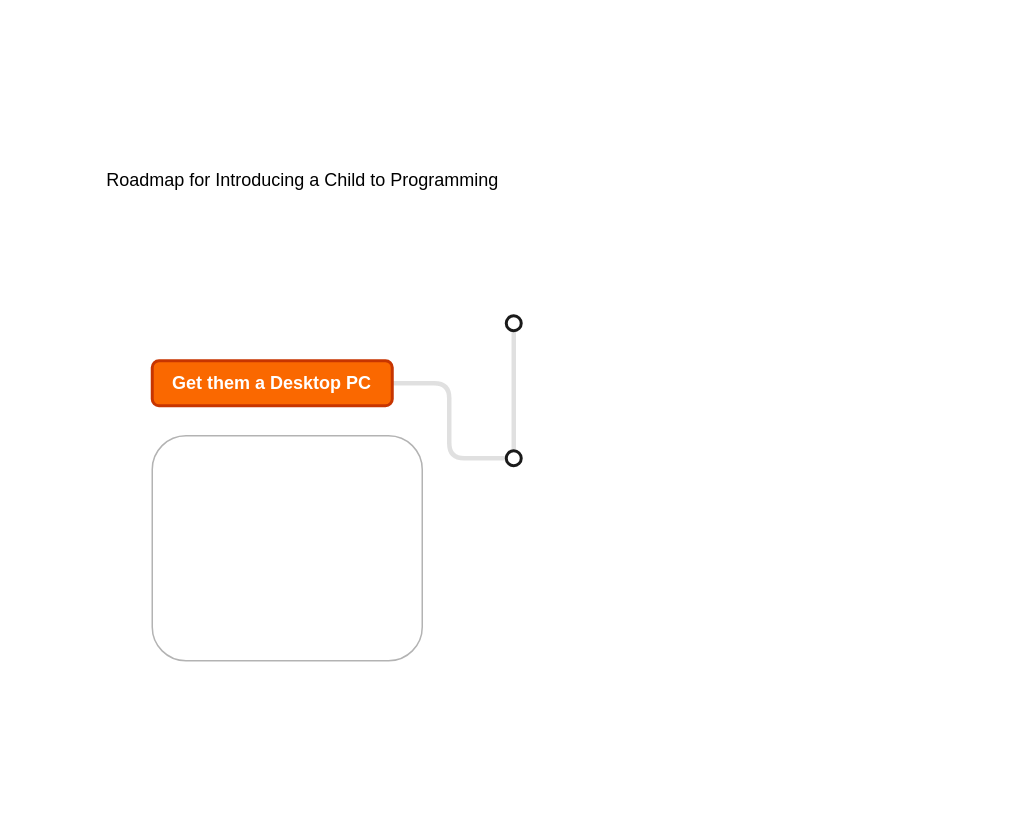
Before: assets/documents/pages/Untitled Diagram.drawio in stonecharioteer/blog, a draw.io diagram. Source tidied: cells renumbered, new cells numbered last; positions are measured from the earlier drawing's top-left corner, leaving out a move shared by most shapes. Both pictures are drawn from the tidied source at 150%, with x=0, y=0 at pixel (92, 165).
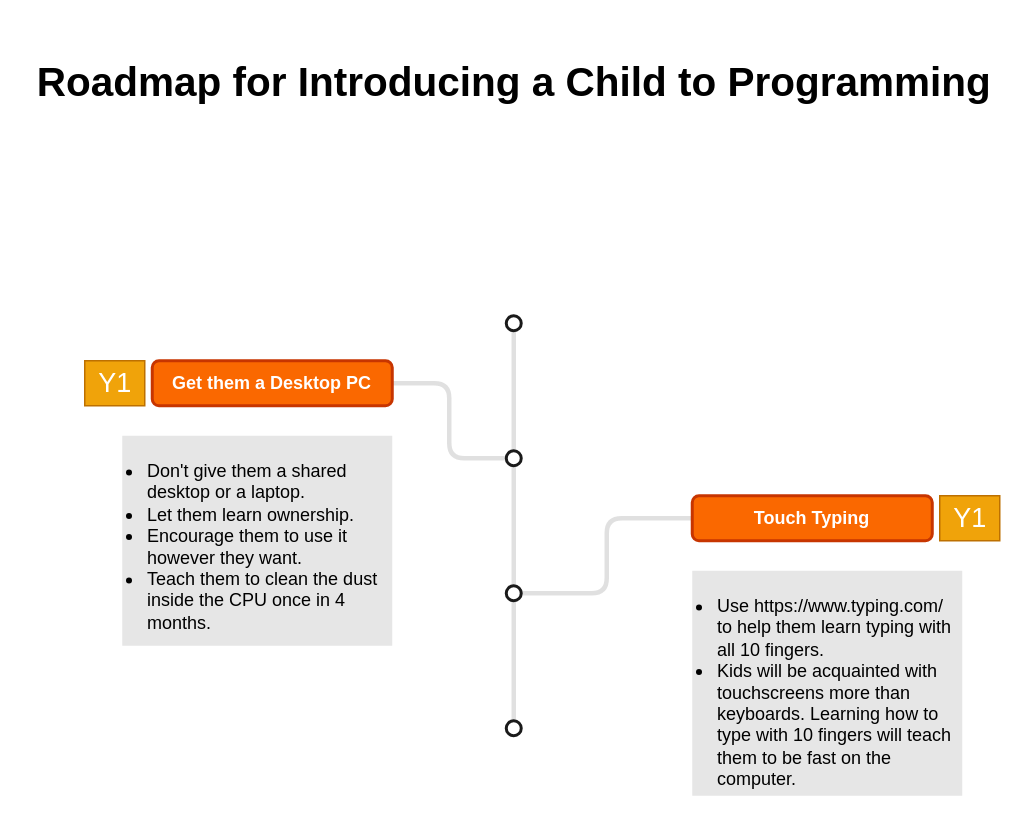
Above is the later version.

What changed in the source:
```diff
@@
 <mxGraphModel>
   <root>
     <mxCell id="0" />
     <mxCell id="1" parent="0" />
     <mxCell id="2" style="edgeStyle=elbowEdgeStyle;rounded=1;jettySize=auto;html=1;endArrow=none;endFill=0;strokeColor=#999999;strokeWidth=3;opacity=30;" parent="1" edge="1" source="3" target="7">
       <mxGeometry relative="1" as="geometry" />
     </mxCell>
     <mxCell id="3" style="ellipse;whiteSpace=wrap;html=1;fontColor=#ffffff;fillColor=none;strokeWidth=2;strokeColor=#1A1A1A;" parent="1" vertex="1">
       <mxGeometry x="276" y="100" width="10" height="10" as="geometry" />
     </mxCell>
     <mxCell id="4" style="edgeStyle=elbowEdgeStyle;rounded=1;jettySize=auto;html=1;entryX=0;entryY=0.5;entryDx=0;entryDy=0;endArrow=none;endFill=0;strokeColor=#999999;strokeWidth=3;opacity=30;" parent="1" edge="1" source="5" target="7">
       <mxGeometry relative="1" as="geometry" />
     </mxCell>
     <mxCell id="5" value="Get them a Desktop PC" style="rounded=1;whiteSpace=wrap;html=1;strokeColor=#C73500;strokeWidth=2;fillColor=#fa6800;fontColor=#ffffff;fontStyle=1;" parent="1" vertex="1">
       <mxGeometry x="40" y="130" width="160" height="30" as="geometry" />
     </mxCell>
-    <mxCell id="6" value="Roadmap for Introducing a Child to Programming" style="text;html=1;align=center;verticalAlign=middle;" parent="1" vertex="1">
-      <mxGeometry width="280" height="20" as="geometry" />
+    <mxCell id="6" value="&lt;h2&gt;Roadmap for Introducing a Child to Programming&lt;/h2&gt;" style="text;html=1;align=center;verticalAlign=middle;fontFamily=Helvetica;fontSize=18;" parent="1" vertex="1">
+      <mxGeometry x="-44" y="-90" width="650" height="70" as="geometry" />
     </mxCell>
+    <mxCell id="9" style="edgeStyle=elbowEdgeStyle;rounded=1;jettySize=auto;html=1;endArrow=none;endFill=0;strokeColor=#999999;strokeWidth=3;fontFamily=Helvetica;fontSize=18;opacity=30;" parent="1" edge="1" source="7" target="14">
+      <mxGeometry relative="1" as="geometry" />
+    </mxCell>
     <mxCell id="7" style="ellipse;whiteSpace=wrap;html=1;fontColor=#ffffff;fillColor=none;strokeWidth=2;strokeColor=#1A1A1A;" parent="1" vertex="1">
       <mxGeometry x="276" y="190" width="10" height="10" as="geometry" />
     </mxCell>
-    <mxCell id="8" value="&lt;div align=&quot;left&quot;&gt;&lt;br&gt;&lt;/div&gt;" style="rounded=1;whiteSpace=wrap;html=1;strokeWidth=1;fillColor=none;verticalAlign=top;strokeColor=#B3B3B3;" parent="1" vertex="1">
-      <mxGeometry x="40" y="180" width="180" height="150" as="geometry" />
-    </mxCell>
+    <mxCell id="10" value="&lt;ul&gt;&lt;li&gt;Don't give them a shared desktop or a laptop.&lt;/li&gt;&lt;li&gt;Let them learn ownership.&lt;br&gt;&lt;/li&gt;&lt;li&gt;Encourage them to use it however they want.&lt;/li&gt;&lt;li&gt;Teach them to clean the dust inside the CPU once in 4 months.&lt;br&gt;&lt;/li&gt;&lt;/ul&gt;" style="rounded=0;whiteSpace=wrap;html=1;strokeWidth=1;align=left;strokeColor=none;fillColor=#E6E6E6;verticalAlign=top;spacing=0;spacingLeft=-23;spacingRight=4;" parent="1" vertex="1">
+      <mxGeometry x="20" y="180" width="180" height="140" as="geometry" />
+    </mxCell>
+    <mxCell id="11" value="Y1" style="text;html=1;align=center;verticalAlign=middle;fontSize=18;fontFamily=Helvetica;fillColor=#f0a30a;strokeColor=#BD7000;fontColor=#ffffff;" parent="1" vertex="1">
+      <mxGeometry x="-5" y="130" width="40" height="30" as="geometry" />
+    </mxCell>
+    <mxCell id="12" style="edgeStyle=elbowEdgeStyle;rounded=1;jettySize=auto;html=1;endArrow=none;endFill=0;strokeColor=#999999;strokeWidth=3;fontFamily=Helvetica;fontSize=18;opacity=30;" parent="1" edge="1" source="14" target="15">
+      <mxGeometry relative="1" as="geometry" />
+    </mxCell>
+    <mxCell id="13" style="edgeStyle=elbowEdgeStyle;rounded=1;jettySize=auto;html=1;endArrow=none;endFill=0;strokeColor=#999999;strokeWidth=3;fontFamily=Helvetica;fontSize=18;opacity=30;" parent="1" edge="1" source="14" target="18">
+      <mxGeometry relative="1" as="geometry" />
+    </mxCell>
+    <mxCell id="14" style="ellipse;whiteSpace=wrap;html=1;fontColor=#ffffff;fillColor=none;strokeWidth=2;strokeColor=#1A1A1A;" parent="1" vertex="1">
+      <mxGeometry x="276" y="280" width="10" height="10" as="geometry" />
+    </mxCell>
+    <mxCell id="15" value="Touch Typing" style="rounded=1;whiteSpace=wrap;html=1;strokeColor=#C73500;strokeWidth=2;fillColor=#fa6800;fontColor=#ffffff;fontStyle=1;" parent="1" vertex="1">
+      <mxGeometry x="400" y="220" width="160" height="30" as="geometry" />
+    </mxCell>
+    <mxCell id="16" value="&lt;ul&gt;&lt;li&gt;Use https://www.typing.com/ to help them learn typing with all 10 fingers.&lt;/li&gt;&lt;li&gt;Kids will be acquainted with touchscreens more than keyboards. Learning how to type with 10 fingers will teach them to be fast on the computer.&lt;br&gt;&lt;/li&gt;&lt;/ul&gt;" style="rounded=0;whiteSpace=wrap;html=1;strokeWidth=1;align=left;strokeColor=none;fillColor=#E6E6E6;verticalAlign=top;spacing=0;spacingLeft=-23;spacingRight=4;" parent="1" vertex="1">
+      <mxGeometry x="400" y="270" width="180" height="150" as="geometry" />
+    </mxCell>
+    <mxCell id="17" value="Y1" style="text;html=1;align=center;verticalAlign=middle;fontSize=18;fontFamily=Helvetica;fillColor=#f0a30a;strokeColor=#BD7000;fontColor=#ffffff;" parent="1" vertex="1">
+      <mxGeometry x="565" y="220" width="40" height="30" as="geometry" />
+    </mxCell>
+    <mxCell id="18" style="ellipse;whiteSpace=wrap;html=1;fontColor=#ffffff;fillColor=none;strokeWidth=2;strokeColor=#1A1A1A;" parent="1" vertex="1">
+      <mxGeometry x="276" y="370" width="10" height="10" as="geometry" />
+    </mxCell>
   </root>
 </mxGraphModel>
```
